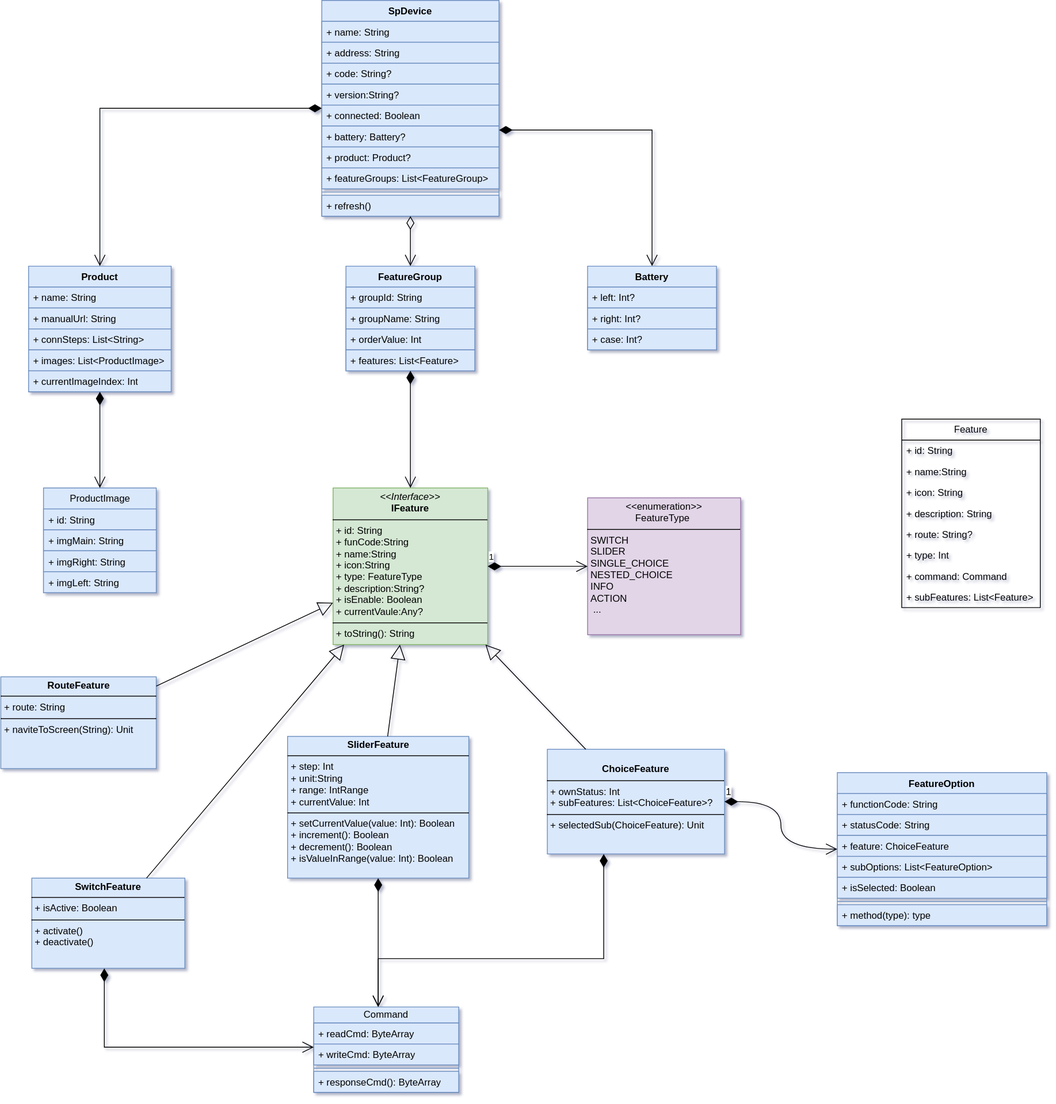
kekemao00/draw-libs keeps this draw.io diagram as sp-device.drawio.svg. Above is the earlier version. Source tidied: cells renumbered, new cells last; positions are measured from the earlier drawing's top-left corner, leaving out a move shared by most shapes.
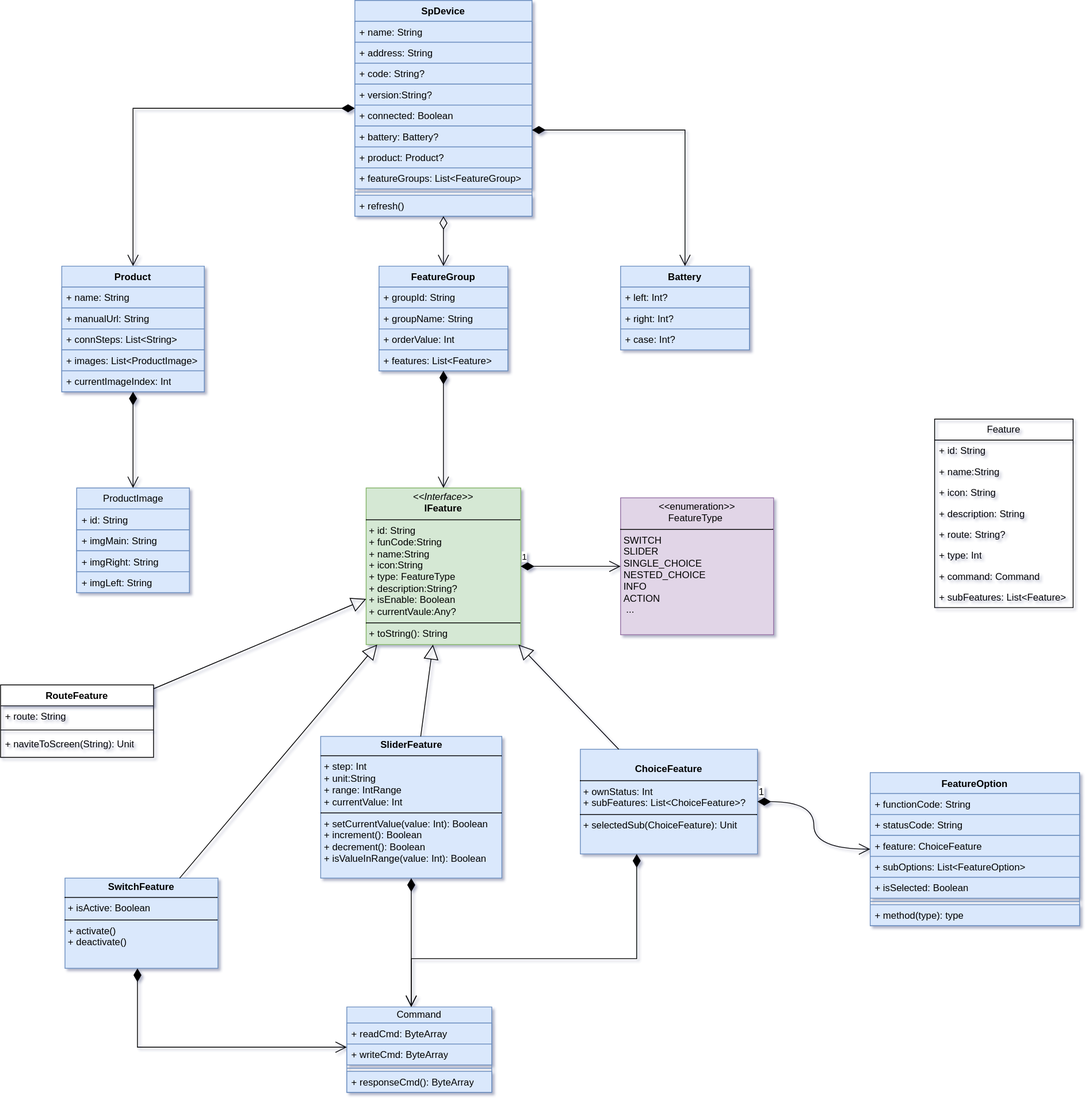
The same file after the commit.

The edit, as a diff of the source:
```diff
@@ -140,9 +140,6 @@
     <mxCell id="47" value="&lt;p style=&quot;margin:0px;margin-top:4px;text-align:center;&quot;&gt;&lt;i&gt;&amp;lt;&amp;lt;Interface&amp;gt;&amp;gt;&lt;/i&gt;&lt;br&gt;&lt;b&gt;IFeature&lt;/b&gt;&lt;/p&gt;&lt;hr size=&quot;1&quot; style=&quot;border-style:solid;&quot;&gt;&lt;p style=&quot;margin:0px;margin-left:4px;&quot;&gt;+ id: String&lt;br&gt;+ funCode:String&lt;br&gt;+ name:String&lt;br&gt;+ icon:String&lt;br&gt;+ type:&amp;nbsp;&lt;span style=&quot;text-align: center;&quot;&gt;FeatureType&amp;nbsp;&lt;/span&gt;&lt;br&gt;+ description:String?&lt;br&gt;+ isEnable: Boolean&lt;/p&gt;&lt;p style=&quot;margin:0px;margin-left:4px;&quot;&gt;+ currentVaule:Any?&lt;/p&gt;&lt;hr size=&quot;1&quot; style=&quot;border-style:solid;&quot;&gt;&lt;p style=&quot;margin:0px;margin-left:4px;&quot;&gt;+ toString(): String&lt;br&gt;&lt;/p&gt;" style="verticalAlign=top;align=left;overflow=fill;html=1;whiteSpace=wrap;fillColor=#d5e8d4;strokeColor=#82b366;" parent="1" vertex="1">
       <mxGeometry x="412" y="605.5" width="192" height="194.5" as="geometry" />
     </mxCell>
-    <mxCell id="48" value="&lt;p style=&quot;margin:0px;margin-top:4px;text-align:center;&quot;&gt;&lt;b&gt;RouteFeature&lt;/b&gt;&lt;/p&gt;&lt;hr size=&quot;1&quot; style=&quot;border-style:solid;&quot;&gt;&lt;p style=&quot;margin:0px;margin-left:4px;&quot;&gt;+ route: String&lt;/p&gt;&lt;hr size=&quot;1&quot; style=&quot;border-style:solid;&quot;&gt;&lt;p style=&quot;margin:0px;margin-left:4px;&quot;&gt;+ naviteToScreen(String): Unit&lt;br&gt;&lt;/p&gt;" style="verticalAlign=top;align=left;overflow=fill;html=1;whiteSpace=wrap;fillColor=#dae8fc;strokeColor=#6c8ebf;" parent="1" vertex="1">
-      <mxGeometry x="-0.5" y="840" width="193" height="114" as="geometry" />
-    </mxCell>
     <mxCell id="49" value="&lt;p style=&quot;margin:0px;margin-top:4px;text-align:center;&quot;&gt;&lt;br&gt;&lt;b&gt;ChoiceFeature&lt;/b&gt;&lt;/p&gt;&lt;hr size=&quot;1&quot; style=&quot;border-style:solid;&quot;&gt;&lt;p style=&quot;margin:0px;margin-left:4px;&quot;&gt;+ ownStatus: Int&lt;br&gt;+ subFeatures: List&amp;lt;ChoiceFeature&amp;gt;?&lt;/p&gt;&lt;hr size=&quot;1&quot; style=&quot;border-style:solid;&quot;&gt;&lt;p style=&quot;margin:0px;margin-left:4px;&quot;&gt;+ selectedSub(ChoiceFeature): Unit&lt;br&gt;&lt;/p&gt;" style="verticalAlign=top;align=left;overflow=fill;html=1;whiteSpace=wrap;fillColor=#dae8fc;strokeColor=#6c8ebf;" parent="1" vertex="1">
       <mxGeometry x="678" y="930" width="220" height="130" as="geometry" />
     </mxCell>
@@ -172,7 +169,7 @@
     <mxCell id="56" style="endArrow=open;html=1;endSize=12;startArrow=diamondThin;startSize=14;startFill=1;edgeStyle=orthogonalEdgeStyle;align=left;verticalAlign=bottom;rounded=0;" parent="1" edge="1" source="28" target="47">
       <mxGeometry x="-1" y="3" relative="1" as="geometry" />
     </mxCell>
-    <mxCell id="57" style="endArrow=block;endSize=16;endFill=0;html=1;rounded=0;" parent="1" edge="1" source="48" target="47">
+    <mxCell id="57" style="endArrow=block;endSize=16;endFill=0;html=1;rounded=0;" parent="1" edge="1" source="75" target="47">
       <mxGeometry relative="1" as="geometry" />
     </mxCell>
     <mxCell id="58" style="endArrow=block;endSize=16;endFill=0;html=1;rounded=0;" parent="1" edge="1" source="50" target="47">
@@ -240,5 +237,17 @@
     <mxCell id="74" value="1" style="endArrow=open;html=1;endSize=12;startArrow=diamondThin;startSize=14;startFill=1;edgeStyle=orthogonalEdgeStyle;align=left;verticalAlign=bottom;rounded=0;fontSize=12;curved=1;" parent="1" edge="1" source="49" target="66">
       <mxGeometry x="-1" y="3" relative="1" as="geometry" />
     </mxCell>
+    <mxCell id="75" value="RouteFeature" style="swimlane;fontStyle=1;align=center;verticalAlign=top;horizontal=1;startSize=26;whiteSpace=wrap;html=1;" parent="1" vertex="1">
+      <mxGeometry x="-42" y="850" width="190" height="90" as="geometry" />
+    </mxCell>
+    <mxCell id="76" value="+ route: String" style="text;strokeColor=none;fillColor=none;align=left;verticalAlign=top;spacingLeft=4;spacingRight=4;overflow=hidden;whiteSpace=wrap;html=1;" parent="75" vertex="1">
+      <mxGeometry y="26" width="190" height="26" as="geometry" />
+    </mxCell>
+    <mxCell id="77" style="line;strokeWidth=1;fillColor=none;align=left;verticalAlign=middle;spacingTop=-1;spacingLeft=3;spacingRight=3;labelPosition=right;strokeColor=inherit;" parent="75" vertex="1">
+      <mxGeometry y="52" width="190" height="8" as="geometry" />
+    </mxCell>
+    <mxCell id="78" value="+ naviteToScreen(String): Unit" style="text;strokeColor=none;fillColor=none;align=left;verticalAlign=top;spacingLeft=4;spacingRight=4;overflow=hidden;whiteSpace=wrap;html=1;" parent="75" vertex="1">
+      <mxGeometry y="60" width="190" height="30" as="geometry" />
+    </mxCell>
   </root>
 </mxGraphModel>
```
